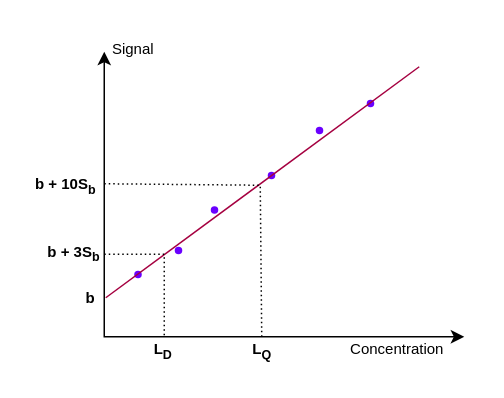
This is sae5-2.drawio from G-Boronad/diagrams, a draw.io file, before an edit. Source tidied: cells renumbered, new cells numbered last; positions are measured from the earlier drawing's top-left corner, leaving out a move shared by most shapes. Both pictures are drawn from the tidied source at 150%, with x=0, y=0 at pixel (26, 26).
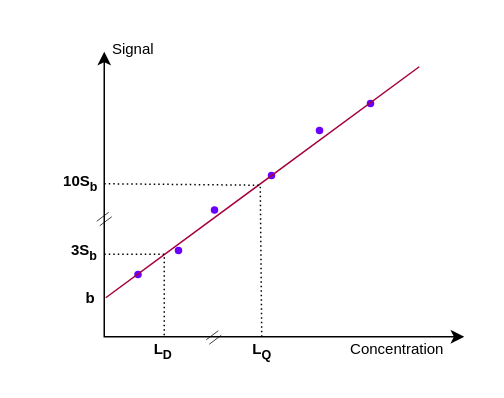
After the change.

Commit message (it also covers changes not shown here):
Mettre à jour sae5-2.drawio

What changed in the source:
```diff
@@
-    <mxCell id="10" value="b + 3S&lt;sub&gt;b&lt;/sub&gt;" style="text;html=1;align=center;verticalAlign=middle;whiteSpace=wrap;rounded=0;fontSize=10;fontStyle=1;" parent="1" vertex="1">
-      <mxGeometry x="12" y="140" width="40" height="21" as="geometry" />
+    <mxCell id="10" value="3S&lt;sub&gt;b&lt;/sub&gt;" style="text;html=1;align=center;verticalAlign=middle;whiteSpace=wrap;rounded=0;fontSize=10;fontStyle=1;" parent="1" vertex="1">
+      <mxGeometry x="19" y="139" width="40" height="21" as="geometry" />
     </mxCell>
@@
-    <mxCell id="12" value="b + 10S&lt;sub&gt;b&lt;/sub&gt;" style="text;html=1;align=center;verticalAlign=middle;whiteSpace=wrap;rounded=0;fontSize=10;fontStyle=1;" parent="1" vertex="1">
-      <mxGeometry y="95" width="53" height="21" as="geometry" />
+    <mxCell id="12" value="10S&lt;sub&gt;b&lt;/sub&gt;" style="text;html=1;align=center;verticalAlign=middle;whiteSpace=wrap;rounded=0;fontSize=10;fontStyle=1;" parent="1" vertex="1">
+      <mxGeometry x="10" y="93" width="53" height="21" as="geometry" />
     </mxCell>
@@
+    <mxCell id="19" style="group;" parent="1" vertex="1">
+      <mxGeometry x="120" y="203" width="10" height="9" as="geometry" />
+    </mxCell>
+    <mxCell id="20" style="endArrow=none;html=1;rounded=0;strokeWidth=0.5;" parent="19" edge="1">
+      <mxGeometry relative="1" as="geometry">
+        <mxPoint x="2" y="9" as="sourcePoint" />
+        <mxPoint x="10" y="3" as="targetPoint" />
+      </mxGeometry>
+    </mxCell>
+    <mxCell id="21" style="endArrow=none;html=1;rounded=0;strokeWidth=0.5;" parent="19" edge="1">
+      <mxGeometry relative="1" as="geometry">
+        <mxPoint y="6" as="sourcePoint" />
+        <mxPoint x="8" as="targetPoint" />
+      </mxGeometry>
+    </mxCell>
+    <mxCell id="22" style="group;" parent="1" vertex="1">
+      <mxGeometry x="47" y="124" width="10" height="9" as="geometry" />
+    </mxCell>
+    <mxCell id="23" style="endArrow=none;html=1;rounded=0;strokeWidth=0.5;" parent="22" edge="1">
+      <mxGeometry relative="1" as="geometry">
+        <mxPoint x="2" y="9" as="sourcePoint" />
+        <mxPoint x="10" y="3" as="targetPoint" />
+      </mxGeometry>
+    </mxCell>
+    <mxCell id="24" style="endArrow=none;html=1;rounded=0;strokeWidth=0.5;" parent="22" edge="1">
+      <mxGeometry relative="1" as="geometry">
+        <mxPoint y="6" as="sourcePoint" />
+        <mxPoint x="8" as="targetPoint" />
+      </mxGeometry>
+    </mxCell>
```
